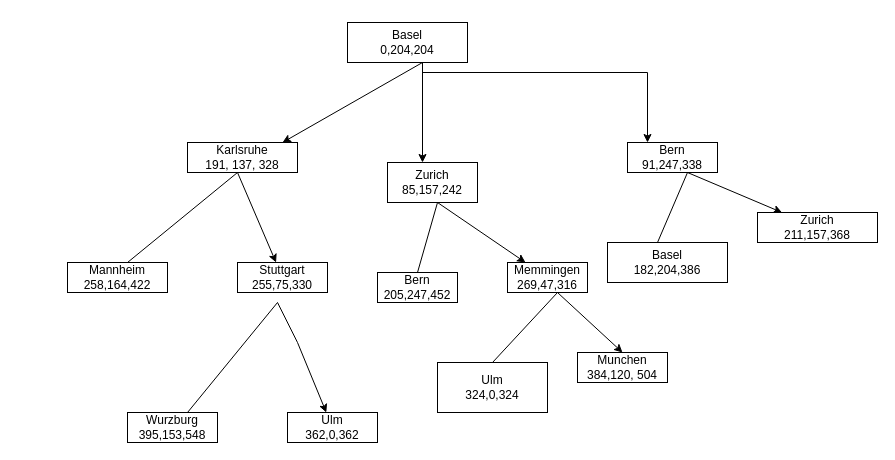
The draw.io diagram Untitled Diagram.drawio in Lucky200418/Drawio-Diagrams, before the edit. Source tidied: cells renumbered, new cells numbered last; positions are measured from the earlier drawing's top-left corner, leaving out a move shared by most shapes. Both pictures are drawn from the tidied source at 100%, with x=0, y=0 at pixel (67, 22).
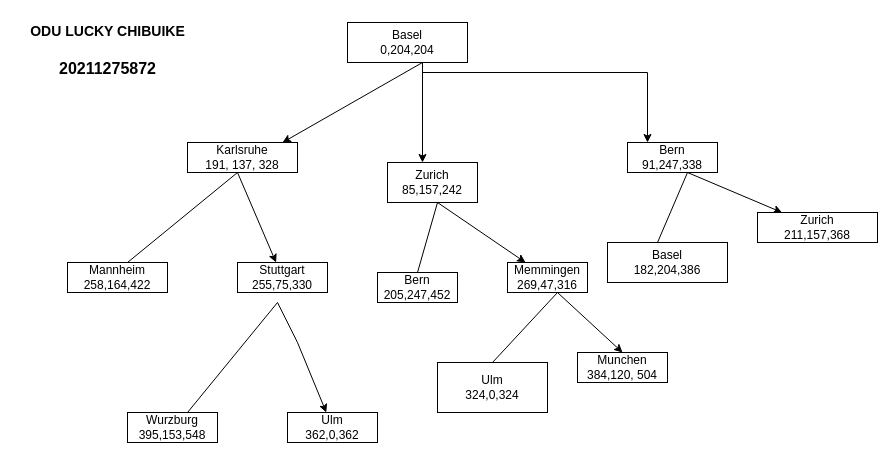
The same page after the edit.

Change to the diagram source:
```diff
@@
+    <mxCell id="23" value="&lt;font style=&quot;font-size: 14px;&quot;&gt;&lt;b style=&quot;&quot;&gt;ODU LUCKY CHIBUIKE&lt;/b&gt;&lt;/font&gt;&lt;div&gt;&lt;font size=&quot;3&quot;&gt;&lt;b&gt;&lt;br&gt;&lt;/b&gt;&lt;/font&gt;&lt;/div&gt;&lt;div&gt;&lt;font size=&quot;3&quot;&gt;&lt;b&gt;20211275872&lt;/b&gt;&lt;/font&gt;&lt;/div&gt;&lt;div&gt;&lt;br&gt;&lt;/div&gt;" style="text;html=1;align=center;verticalAlign=middle;strokeColor=none;fillColor=none;" parent="1" vertex="1">
+      <mxGeometry x="-50" y="-5" width="180" height="80" as="geometry" />
+    </mxCell>
```
